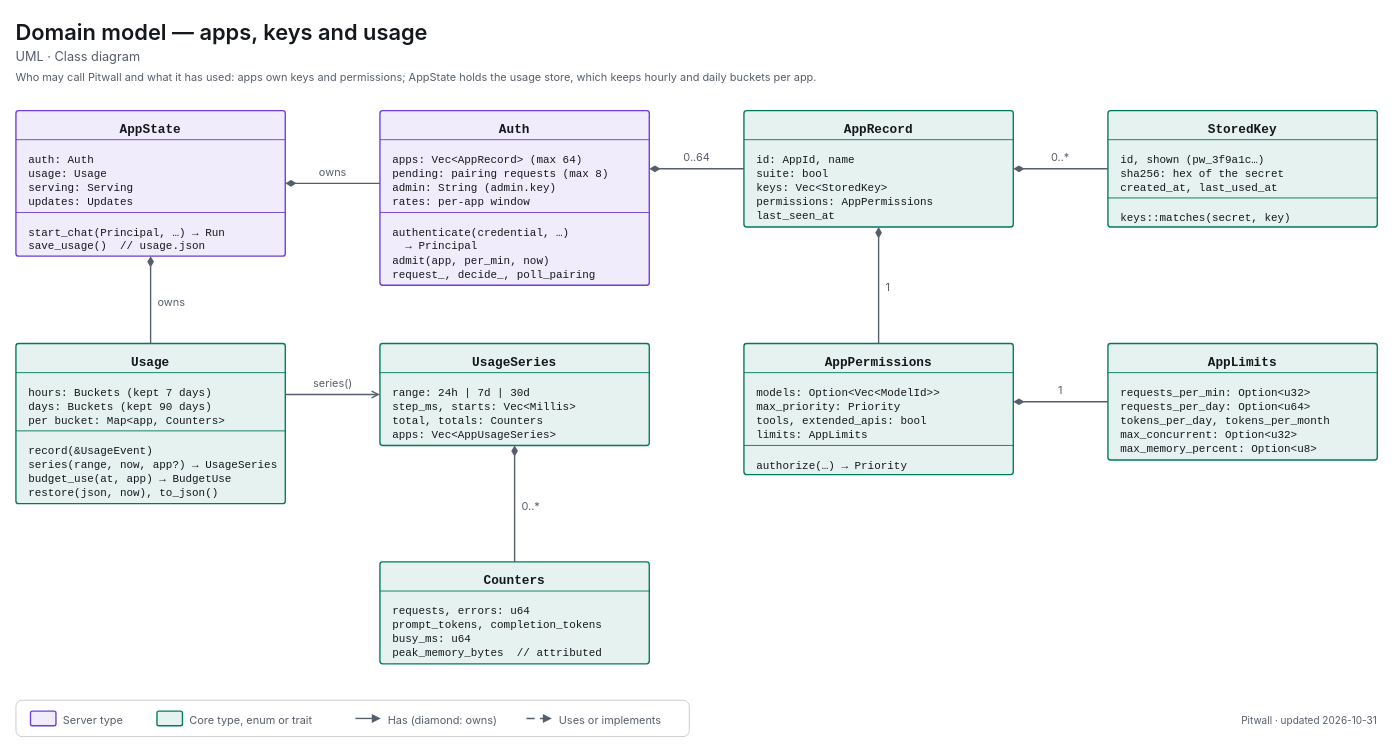
The draw.io diagram apps/pitwall/docs/diagrams/uml-class-access.drawio in decryp7/paddock, before the edit. Source tidied: cells renumbered, new cells numbered last; positions are measured from the earlier drawing's top-left corner, leaving out a move shared by most shapes. Both pictures are drawn from the tidied source at 91%, with x=0, y=0 at pixel (15, 15).
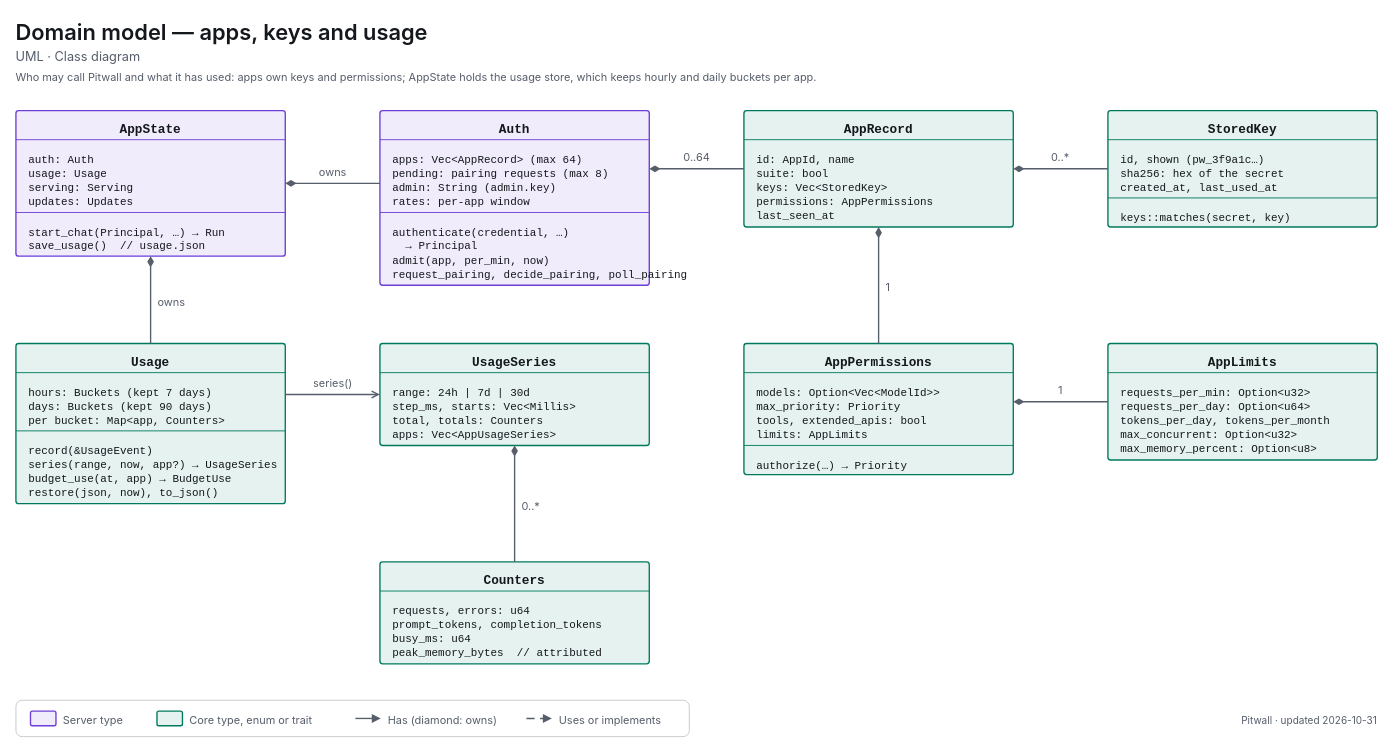
Above is the later version.

What changed in the source:
```diff
@@
-    <mxCell id="14" value="&lt;span style=&quot;font-family:ui-monospace,SF Mono,Cascadia Mono,Consolas,monospace;font-size:12px&quot;&gt;authenticate(credential,&amp;nbsp;…)&lt;br&gt;&amp;nbsp;&amp;nbsp;→&amp;nbsp;Principal&lt;br&gt;admit(app,&amp;nbsp;per_min,&amp;nbsp;now)&lt;br&gt;request_,&amp;nbsp;decide_,&amp;nbsp;poll_pairing&lt;/span&gt;" style="html=1;whiteSpace=wrap;fontFamily=-apple-system,BlinkMacSystemFont,Segoe UI,system-ui,sans-serif;fontSize=12;fontColor=light-dark(#14171C,#ECEEF1);text;strokeColor=none;fillColor=none;align=left;verticalAlign=top;spacingLeft=12;spacingTop=8;" parent="1" vertex="1">
+    <mxCell id="14" value="&lt;span style=&quot;font-family:ui-monospace,SF Mono,Cascadia Mono,Consolas,monospace;font-size:12px&quot;&gt;authenticate(credential,&amp;nbsp;…)&lt;br&gt;&amp;nbsp;&amp;nbsp;→&amp;nbsp;Principal&lt;br&gt;admit(app,&amp;nbsp;per_min,&amp;nbsp;now)&lt;br&gt;request_pairing,&amp;nbsp;decide_pairing,&amp;nbsp;poll_pairing&lt;/span&gt;" style="html=1;whiteSpace=wrap;fontFamily=-apple-system,BlinkMacSystemFont,Segoe UI,system-ui,sans-serif;fontSize=12;fontColor=light-dark(#14171C,#ECEEF1);text;strokeColor=none;fillColor=none;align=left;verticalAlign=top;spacingLeft=12;spacingTop=8;" parent="1" vertex="1">
       <mxGeometry x="400" y="216" width="296" height="80" as="geometry" />
     </mxCell>
```
